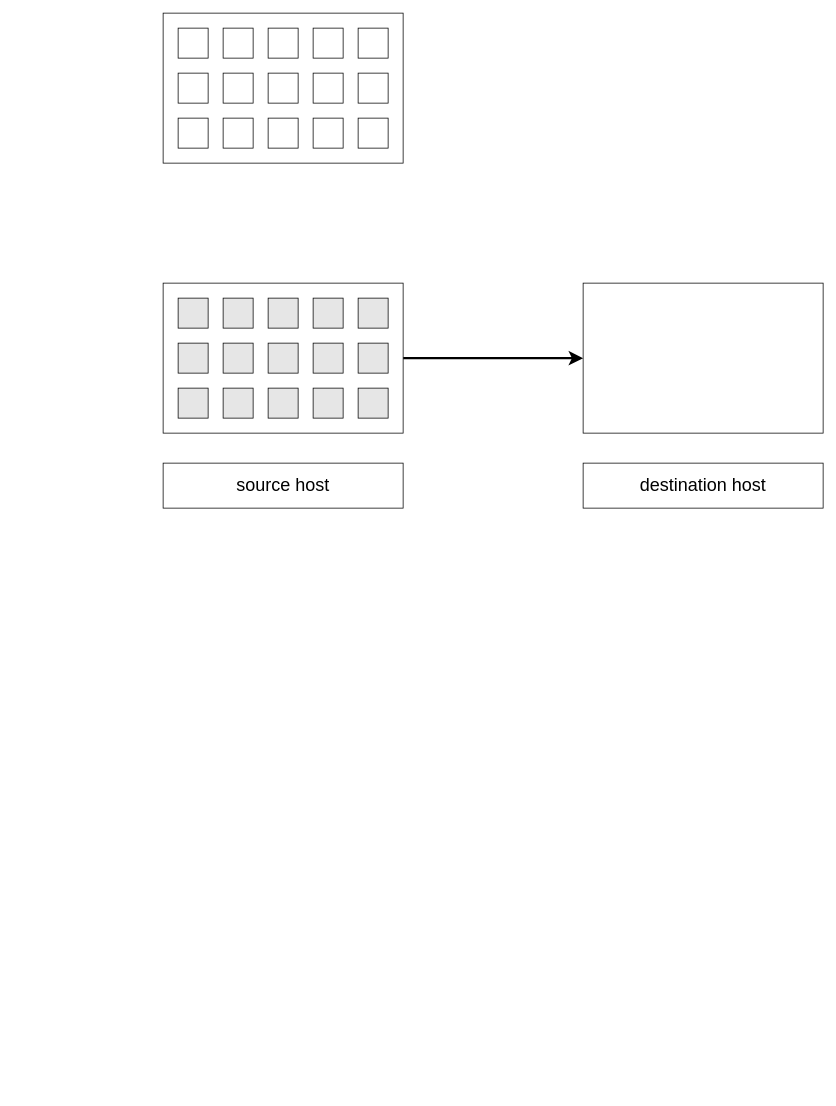
This is final/hybrid migration process.drawio from xuyizhe1999/drawio, a draw.io file, before an edit. Source tidied: cells renumbered, new cells numbered last; positions are measured from the earlier drawing's top-left corner, leaving out a move shared by most shapes. Both pictures are drawn from the tidied source at 75%, with x=0, y=0 at pixel (163, 13). Pictures stored in the file or linked from it are replaced by grey dashed boxes.
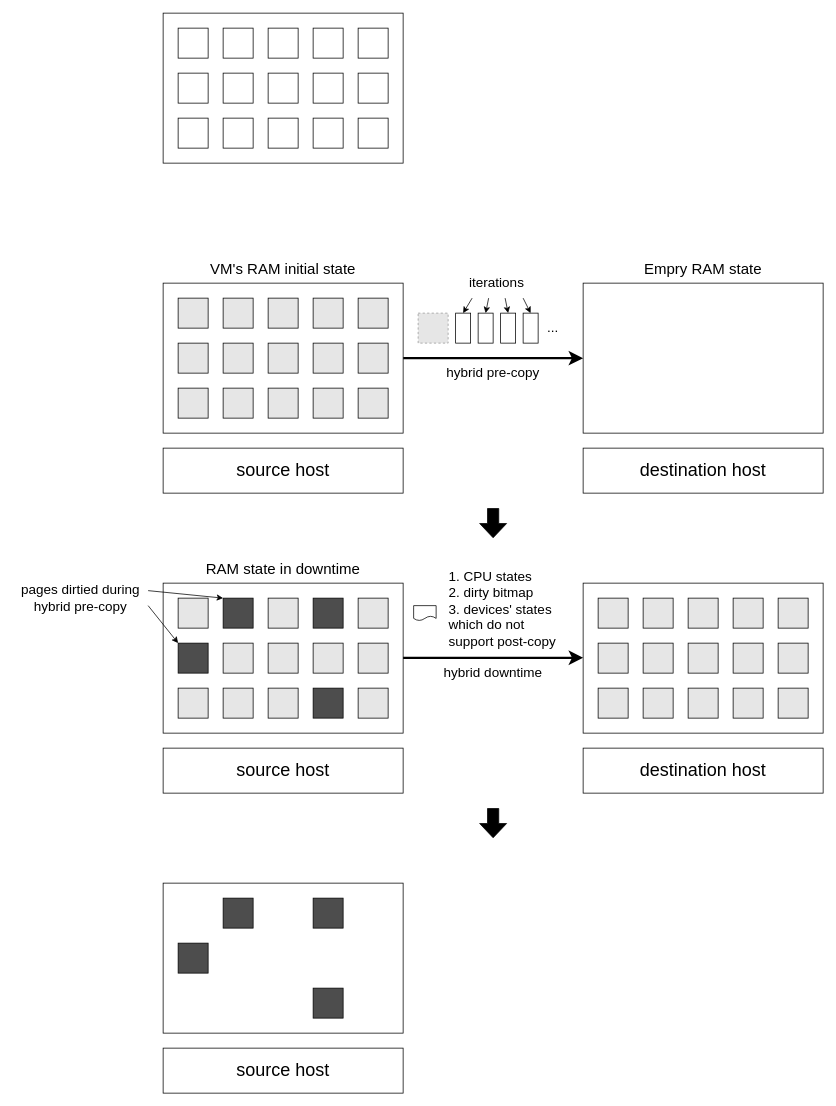
The same diagram, later.

Diff of the diagram source:
```diff
@@
     <mxCell id="36" value="&lt;font style=&quot;font-size: 24px;&quot;&gt;source host&lt;/font&gt;" style="rounded=0;whiteSpace=wrap;html=1;" parent="1" vertex="1">
-      <mxGeometry y="600" width="320" height="60" as="geometry" />
+      <mxGeometry y="580" width="320" height="60" as="geometry" />
     </mxCell>
     <mxCell id="37" value="&lt;font style=&quot;font-size: 24px;&quot;&gt;destination host&lt;/font&gt;" style="rounded=0;whiteSpace=wrap;html=1;" parent="1" vertex="1">
-      <mxGeometry x="560" y="600" width="320" height="60" as="geometry" />
+      <mxGeometry x="560" y="580" width="320" height="60" as="geometry" />
     </mxCell>
+    <mxCell id="38" value="&lt;font style=&quot;font-size: 20px;&quot;&gt;VM's RAM initial state&lt;/font&gt;" style="text;html=1;strokeColor=none;fillColor=none;align=center;verticalAlign=middle;whiteSpace=wrap;rounded=0;" parent="1" vertex="1">
+      <mxGeometry y="320" width="320" height="40" as="geometry" />
+    </mxCell>
+    <mxCell id="39" style="shape=flexArrow;endArrow=classic;html=1;rounded=0;endSize=6;startSize=10;strokeWidth=1;width=15;fillColor=#000000;" parent="1" edge="1">
+      <mxGeometry relative="1" as="geometry">
+        <mxPoint x="440" y="660" as="sourcePoint" />
+        <mxPoint x="440" y="700" as="targetPoint" />
+      </mxGeometry>
+    </mxCell>
+    <mxCell id="40" value="&lt;font style=&quot;font-size: 18px;&quot;&gt;hybrid pre-copy&lt;/font&gt;" style="text;html=1;strokeColor=none;fillColor=none;align=center;verticalAlign=middle;whiteSpace=wrap;rounded=0;" parent="1" vertex="1">
+      <mxGeometry x="360" y="460" width="160" height="40" as="geometry" />
+    </mxCell>
+    <mxCell id="41" style="fillColor=#E6E6E6;strokeColor=#999999;dashed=1;html=1;verticalAlign=top;verticalLabelPosition=bottom;labelBackgroundColor=#ffffff;" parent="1" vertex="1">
+      <mxGeometry x="340" y="400" width="40" height="40" as="geometry" />
+    </mxCell>
+    <mxCell id="42" style="rounded=0;whiteSpace=wrap;html=1;" parent="1" vertex="1">
+      <mxGeometry x="390" y="400" width="20" height="40" as="geometry" />
+    </mxCell>
+    <mxCell id="43" style="rounded=0;whiteSpace=wrap;html=1;" parent="1" vertex="1">
+      <mxGeometry x="420" y="400" width="20" height="40" as="geometry" />
+    </mxCell>
+    <mxCell id="44" style="rounded=0;whiteSpace=wrap;html=1;" parent="1" vertex="1">
+      <mxGeometry x="450" y="400" width="20" height="40" as="geometry" />
+    </mxCell>
+    <mxCell id="45" style="rounded=0;whiteSpace=wrap;html=1;" parent="1" vertex="1">
+      <mxGeometry x="480" y="400" width="20" height="40" as="geometry" />
+    </mxCell>
+    <mxCell id="46" value="&lt;font style=&quot;font-size: 18px;&quot;&gt;...&lt;/font&gt;" style="text;html=1;strokeColor=none;fillColor=none;align=center;verticalAlign=middle;whiteSpace=wrap;rounded=0;" parent="1" vertex="1">
+      <mxGeometry x="500" y="400" width="40" height="40" as="geometry" />
+    </mxCell>
+    <mxCell id="47" value="&lt;font style=&quot;font-size: 18px;&quot;&gt;iterations&lt;/font&gt;" style="text;html=1;strokeColor=none;fillColor=none;align=center;verticalAlign=middle;whiteSpace=wrap;rounded=0;" parent="1" vertex="1">
+      <mxGeometry x="390" y="340" width="110" height="40" as="geometry" />
+    </mxCell>
+    <mxCell id="48" style="endArrow=classic;html=1;rounded=0;exitX=0.2;exitY=1;exitDx=0;exitDy=0;exitPerimeter=0;" parent="1" edge="1" source="47">
+      <mxGeometry relative="1" as="geometry">
+        <mxPoint x="400" y="400" as="targetPoint" />
+      </mxGeometry>
+    </mxCell>
+    <mxCell id="49" value="&lt;font style=&quot;font-size: 20px;&quot;&gt;Empry RAM state&lt;/font&gt;" style="text;html=1;strokeColor=none;fillColor=none;align=center;verticalAlign=middle;whiteSpace=wrap;rounded=0;" parent="1" vertex="1">
+      <mxGeometry x="560" y="320" width="320" height="40" as="geometry" />
+    </mxCell>
+    <mxCell id="50" style="endArrow=classic;html=1;rounded=0;exitX=0.4;exitY=1;exitDx=0;exitDy=0;exitPerimeter=0;entryX=0.5;entryY=0;entryDx=0;entryDy=0;" parent="1" edge="1" source="47" target="43">
+      <mxGeometry relative="1" as="geometry" />
+    </mxCell>
+    <mxCell id="51" style="endArrow=classic;html=1;rounded=0;exitX=0.6;exitY=1;exitDx=0;exitDy=0;exitPerimeter=0;entryX=0.5;entryY=0;entryDx=0;entryDy=0;" parent="1" edge="1" source="47" target="44">
+      <mxGeometry relative="1" as="geometry" />
+    </mxCell>
+    <mxCell id="52" style="endArrow=classic;html=1;rounded=0;exitX=0.818;exitY=1;exitDx=0;exitDy=0;exitPerimeter=0;entryX=0.5;entryY=0;entryDx=0;entryDy=0;" parent="1" edge="1" source="47" target="45">
+      <mxGeometry relative="1" as="geometry" />
+    </mxCell>
+    <mxCell id="53" style="rounded=0;whiteSpace=wrap;html=1;" parent="1" vertex="1">
+      <mxGeometry y="760" width="320" height="200" as="geometry" />
+    </mxCell>
+    <mxCell id="54" style="rounded=0;whiteSpace=wrap;html=1;fillColor=#E6E6E6;" parent="1" vertex="1">
+      <mxGeometry x="20" y="780" width="40" height="40" as="geometry" />
+    </mxCell>
+    <mxCell id="55" style="rounded=0;whiteSpace=wrap;html=1;fillColor=#4D4D4D;" parent="1" vertex="1">
+      <mxGeometry x="80" y="780" width="40" height="40" as="geometry" />
+    </mxCell>
+    <mxCell id="56" style="rounded=0;whiteSpace=wrap;html=1;fillColor=#E6E6E6;" parent="1" vertex="1">
+      <mxGeometry x="140" y="780" width="40" height="40" as="geometry" />
+    </mxCell>
+    <mxCell id="57" style="rounded=0;whiteSpace=wrap;html=1;fillColor=#4D4D4D;" parent="1" vertex="1">
+      <mxGeometry x="200" y="780" width="40" height="40" as="geometry" />
+    </mxCell>
+    <mxCell id="58" style="rounded=0;whiteSpace=wrap;html=1;fillColor=#E6E6E6;" parent="1" vertex="1">
+      <mxGeometry x="260" y="780" width="40" height="40" as="geometry" />
+    </mxCell>
+    <mxCell id="59" style="rounded=0;whiteSpace=wrap;html=1;fillColor=#4D4D4D;" parent="1" vertex="1">
+      <mxGeometry x="20" y="840" width="40" height="40" as="geometry" />
+    </mxCell>
+    <mxCell id="60" style="rounded=0;whiteSpace=wrap;html=1;fillColor=#E6E6E6;" parent="1" vertex="1">
+      <mxGeometry x="80" y="840" width="40" height="40" as="geometry" />
+    </mxCell>
+    <mxCell id="61" style="rounded=0;whiteSpace=wrap;html=1;fillColor=#E6E6E6;" parent="1" vertex="1">
+      <mxGeometry x="140" y="840" width="40" height="40" as="geometry" />
+    </mxCell>
+    <mxCell id="62" style="rounded=0;whiteSpace=wrap;html=1;fillColor=#E6E6E6;" parent="1" vertex="1">
+      <mxGeometry x="200" y="840" width="40" height="40" as="geometry" />
+    </mxCell>
+    <mxCell id="63" style="rounded=0;whiteSpace=wrap;html=1;fillColor=#E6E6E6;" parent="1" vertex="1">
+      <mxGeometry x="260" y="840" width="40" height="40" as="geometry" />
+    </mxCell>
+    <mxCell id="64" style="rounded=0;whiteSpace=wrap;html=1;fillColor=#E6E6E6;" parent="1" vertex="1">
+      <mxGeometry x="20" y="900" width="40" height="40" as="geometry" />
+    </mxCell>
+    <mxCell id="65" style="rounded=0;whiteSpace=wrap;html=1;fillColor=#E6E6E6;" parent="1" vertex="1">
+      <mxGeometry x="80" y="900" width="40" height="40" as="geometry" />
+    </mxCell>
+    <mxCell id="66" style="rounded=0;whiteSpace=wrap;html=1;fillColor=#E6E6E6;" parent="1" vertex="1">
+      <mxGeometry x="140" y="900" width="40" height="40" as="geometry" />
+    </mxCell>
+    <mxCell id="67" style="rounded=0;whiteSpace=wrap;html=1;fillColor=#4D4D4D;" parent="1" vertex="1">
+      <mxGeometry x="200" y="900" width="40" height="40" as="geometry" />
+    </mxCell>
+    <mxCell id="68" style="rounded=0;whiteSpace=wrap;html=1;fillColor=#E6E6E6;" parent="1" vertex="1">
+      <mxGeometry x="260" y="900" width="40" height="40" as="geometry" />
+    </mxCell>
+    <mxCell id="69" value="&lt;font style=&quot;font-size: 24px;&quot;&gt;source host&lt;/font&gt;" style="rounded=0;whiteSpace=wrap;html=1;" parent="1" vertex="1">
+      <mxGeometry y="980" width="320" height="60" as="geometry" />
+    </mxCell>
+    <mxCell id="70" value="&lt;font style=&quot;font-size: 20px;&quot;&gt;RAM state in downtime&lt;/font&gt;" style="text;html=1;strokeColor=none;fillColor=none;align=center;verticalAlign=middle;whiteSpace=wrap;rounded=0;" parent="1" vertex="1">
+      <mxGeometry y="720" width="320" height="40" as="geometry" />
+    </mxCell>
+    <mxCell id="71" value="&lt;font style=&quot;font-size: 18px;&quot;&gt;pages dirtied during hybrid pre-copy&lt;/font&gt;" style="text;html=1;strokeColor=none;fillColor=none;align=center;verticalAlign=middle;whiteSpace=wrap;rounded=0;" parent="1" vertex="1">
+      <mxGeometry x="-200" y="760" width="180" height="40" as="geometry" />
+    </mxCell>
+    <mxCell id="72" style="endArrow=classic;html=1;rounded=0;exitX=1;exitY=0.25;exitDx=0;exitDy=0;entryX=0;entryY=0;entryDx=0;entryDy=0;" parent="1" edge="1" source="71" target="55">
+      <mxGeometry relative="1" as="geometry" />
+    </mxCell>
+    <mxCell id="73" style="endArrow=classic;html=1;rounded=0;exitX=1;exitY=0.75;exitDx=0;exitDy=0;entryX=0;entryY=0;entryDx=0;entryDy=0;" parent="1" edge="1" source="71" target="59">
+      <mxGeometry relative="1" as="geometry" />
+    </mxCell>
+    <mxCell id="74" style="rounded=0;whiteSpace=wrap;html=1;" parent="1" vertex="1">
+      <mxGeometry x="560" y="760" width="320" height="200" as="geometry" />
+    </mxCell>
+    <mxCell id="75" style="rounded=0;whiteSpace=wrap;html=1;fillColor=#E6E6E6;" parent="1" vertex="1">
+      <mxGeometry x="580" y="780" width="40" height="40" as="geometry" />
+    </mxCell>
+    <mxCell id="76" style="rounded=0;whiteSpace=wrap;html=1;fillColor=#E6E6E6;" parent="1" vertex="1">
+      <mxGeometry x="640" y="780" width="40" height="40" as="geometry" />
+    </mxCell>
+    <mxCell id="77" style="rounded=0;whiteSpace=wrap;html=1;fillColor=#E6E6E6;" parent="1" vertex="1">
+      <mxGeometry x="700" y="780" width="40" height="40" as="geometry" />
+    </mxCell>
+    <mxCell id="78" style="rounded=0;whiteSpace=wrap;html=1;fillColor=#E6E6E6;" parent="1" vertex="1">
+      <mxGeometry x="760" y="780" width="40" height="40" as="geometry" />
+    </mxCell>
+    <mxCell id="79" style="rounded=0;whiteSpace=wrap;html=1;fillColor=#E6E6E6;" parent="1" vertex="1">
+      <mxGeometry x="820" y="780" width="40" height="40" as="geometry" />
+    </mxCell>
+    <mxCell id="80" style="rounded=0;whiteSpace=wrap;html=1;fillColor=#E6E6E6;" parent="1" vertex="1">
+      <mxGeometry x="580" y="840" width="40" height="40" as="geometry" />
+    </mxCell>
+    <mxCell id="81" style="rounded=0;whiteSpace=wrap;html=1;fillColor=#E6E6E6;" parent="1" vertex="1">
+      <mxGeometry x="640" y="840" width="40" height="40" as="geometry" />
+    </mxCell>
+    <mxCell id="82" style="rounded=0;whiteSpace=wrap;html=1;fillColor=#E6E6E6;" parent="1" vertex="1">
+      <mxGeometry x="700" y="840" width="40" height="40" as="geometry" />
+    </mxCell>
+    <mxCell id="83" style="rounded=0;whiteSpace=wrap;html=1;fillColor=#E6E6E6;" parent="1" vertex="1">
+      <mxGeometry x="760" y="840" width="40" height="40" as="geometry" />
+    </mxCell>
+    <mxCell id="84" style="rounded=0;whiteSpace=wrap;html=1;fillColor=#E6E6E6;" parent="1" vertex="1">
+      <mxGeometry x="820" y="840" width="40" height="40" as="geometry" />
+    </mxCell>
+    <mxCell id="85" style="rounded=0;whiteSpace=wrap;html=1;fillColor=#E6E6E6;" parent="1" vertex="1">
+      <mxGeometry x="580" y="900" width="40" height="40" as="geometry" />
+    </mxCell>
+    <mxCell id="86" style="rounded=0;whiteSpace=wrap;html=1;fillColor=#E6E6E6;" parent="1" vertex="1">
+      <mxGeometry x="640" y="900" width="40" height="40" as="geometry" />
+    </mxCell>
+    <mxCell id="87" style="rounded=0;whiteSpace=wrap;html=1;fillColor=#E6E6E6;" parent="1" vertex="1">
+      <mxGeometry x="700" y="900" width="40" height="40" as="geometry" />
+    </mxCell>
+    <mxCell id="88" style="rounded=0;whiteSpace=wrap;html=1;fillColor=#E6E6E6;" parent="1" vertex="1">
+      <mxGeometry x="760" y="900" width="40" height="40" as="geometry" />
+    </mxCell>
+    <mxCell id="89" style="rounded=0;whiteSpace=wrap;html=1;fillColor=#E6E6E6;" parent="1" vertex="1">
+      <mxGeometry x="820" y="900" width="40" height="40" as="geometry" />
+    </mxCell>
+    <mxCell id="90" value="&lt;font style=&quot;font-size: 24px;&quot;&gt;destination host&lt;/font&gt;" style="rounded=0;whiteSpace=wrap;html=1;" parent="1" vertex="1">
+      <mxGeometry x="560" y="980" width="320" height="60" as="geometry" />
+    </mxCell>
+    <mxCell id="91" style="edgeStyle=orthogonalEdgeStyle;rounded=0;orthogonalLoop=1;jettySize=auto;html=1;exitX=1;exitY=0.5;exitDx=0;exitDy=0;entryX=0;entryY=0.5;entryDx=0;entryDy=0;endSize=10;startSize=10;strokeWidth=3;" parent="1" edge="1">
+      <mxGeometry relative="1" as="geometry">
+        <mxPoint x="320" y="859.5" as="sourcePoint" />
+        <mxPoint x="560" y="859.5" as="targetPoint" />
+      </mxGeometry>
+    </mxCell>
+    <mxCell id="92" value="&lt;font style=&quot;font-size: 18px;&quot;&gt;hybrid downtime&lt;/font&gt;" style="text;html=1;strokeColor=none;fillColor=none;align=center;verticalAlign=middle;whiteSpace=wrap;rounded=0;" parent="1" vertex="1">
+      <mxGeometry x="360" y="860" width="160" height="40" as="geometry" />
+    </mxCell>
+    <mxCell id="93" style="shape=flexArrow;endArrow=classic;html=1;rounded=0;endSize=6;startSize=10;strokeWidth=1;width=15;fillColor=#000000;" parent="1" edge="1">
+      <mxGeometry relative="1" as="geometry">
+        <mxPoint x="440" y="1060" as="sourcePoint" />
+        <mxPoint x="440" y="1100" as="targetPoint" />
+      </mxGeometry>
+    </mxCell>
+    <mxCell id="94" style="rounded=0;whiteSpace=wrap;html=1;" parent="1" vertex="1">
+      <mxGeometry y="1160" width="320" height="200" as="geometry" />
+    </mxCell>
+    <mxCell id="95" style="rounded=0;whiteSpace=wrap;html=1;fillColor=#4D4D4D;" parent="1" vertex="1">
+      <mxGeometry x="80" y="1180" width="40" height="40" as="geometry" />
+    </mxCell>
+    <mxCell id="96" style="rounded=0;whiteSpace=wrap;html=1;fillColor=#4D4D4D;" parent="1" vertex="1">
+      <mxGeometry x="200" y="1180" width="40" height="40" as="geometry" />
+    </mxCell>
+    <mxCell id="97" style="rounded=0;whiteSpace=wrap;html=1;fillColor=#4D4D4D;" parent="1" vertex="1">
+      <mxGeometry x="20" y="1240" width="40" height="40" as="geometry" />
+    </mxCell>
+    <mxCell id="98" style="rounded=0;whiteSpace=wrap;html=1;fillColor=#4D4D4D;" parent="1" vertex="1">
+      <mxGeometry x="200" y="1300" width="40" height="40" as="geometry" />
+    </mxCell>
+    <mxCell id="99" value="&lt;font style=&quot;font-size: 24px;&quot;&gt;source host&lt;/font&gt;" style="rounded=0;whiteSpace=wrap;html=1;" parent="1" vertex="1">
+      <mxGeometry y="1380" width="320" height="60" as="geometry" />
+    </mxCell>
+    <mxCell id="100" value="&lt;blockquote style=&quot;margin: 0 0 0 40px; border: none; padding: 0px;&quot;&gt;&lt;div style=&quot;text-align: left;&quot;&gt;&lt;span style=&quot;font-size: 18px; background-color: initial;&quot;&gt;1. CPU states&lt;/span&gt;&lt;/div&gt;&lt;font style=&quot;font-size: 18px;&quot;&gt;&lt;div style=&quot;text-align: left;&quot;&gt;&lt;span style=&quot;background-color: initial;&quot;&gt;2. dirty bitmap&lt;/span&gt;&lt;/div&gt;&lt;/font&gt;&lt;font style=&quot;font-size: 18px;&quot;&gt;&lt;div style=&quot;text-align: left;&quot;&gt;&lt;span style=&quot;background-color: initial;&quot;&gt;3. devices' states&lt;/span&gt;&lt;/div&gt;&lt;/font&gt;&lt;font style=&quot;font-size: 18px;&quot;&gt;&lt;div style=&quot;text-align: left;&quot;&gt;&lt;span style=&quot;background-color: initial;&quot;&gt;which do not support post-copy&lt;/span&gt;&lt;/div&gt;&lt;/font&gt;&lt;/blockquote&gt;" style="text;html=1;strokeColor=none;fillColor=none;align=center;verticalAlign=middle;whiteSpace=wrap;rounded=0;" parent="1" vertex="1">
+      <mxGeometry x="340" y="730" width="200" height="130" as="geometry" />
+    </mxCell>
+    <mxCell id="101" style="shape=document;whiteSpace=wrap;html=1;boundedLbl=1;" parent="1" vertex="1">
+      <mxGeometry x="334" y="790" width="30" height="20" as="geometry" />
+    </mxCell>
```
